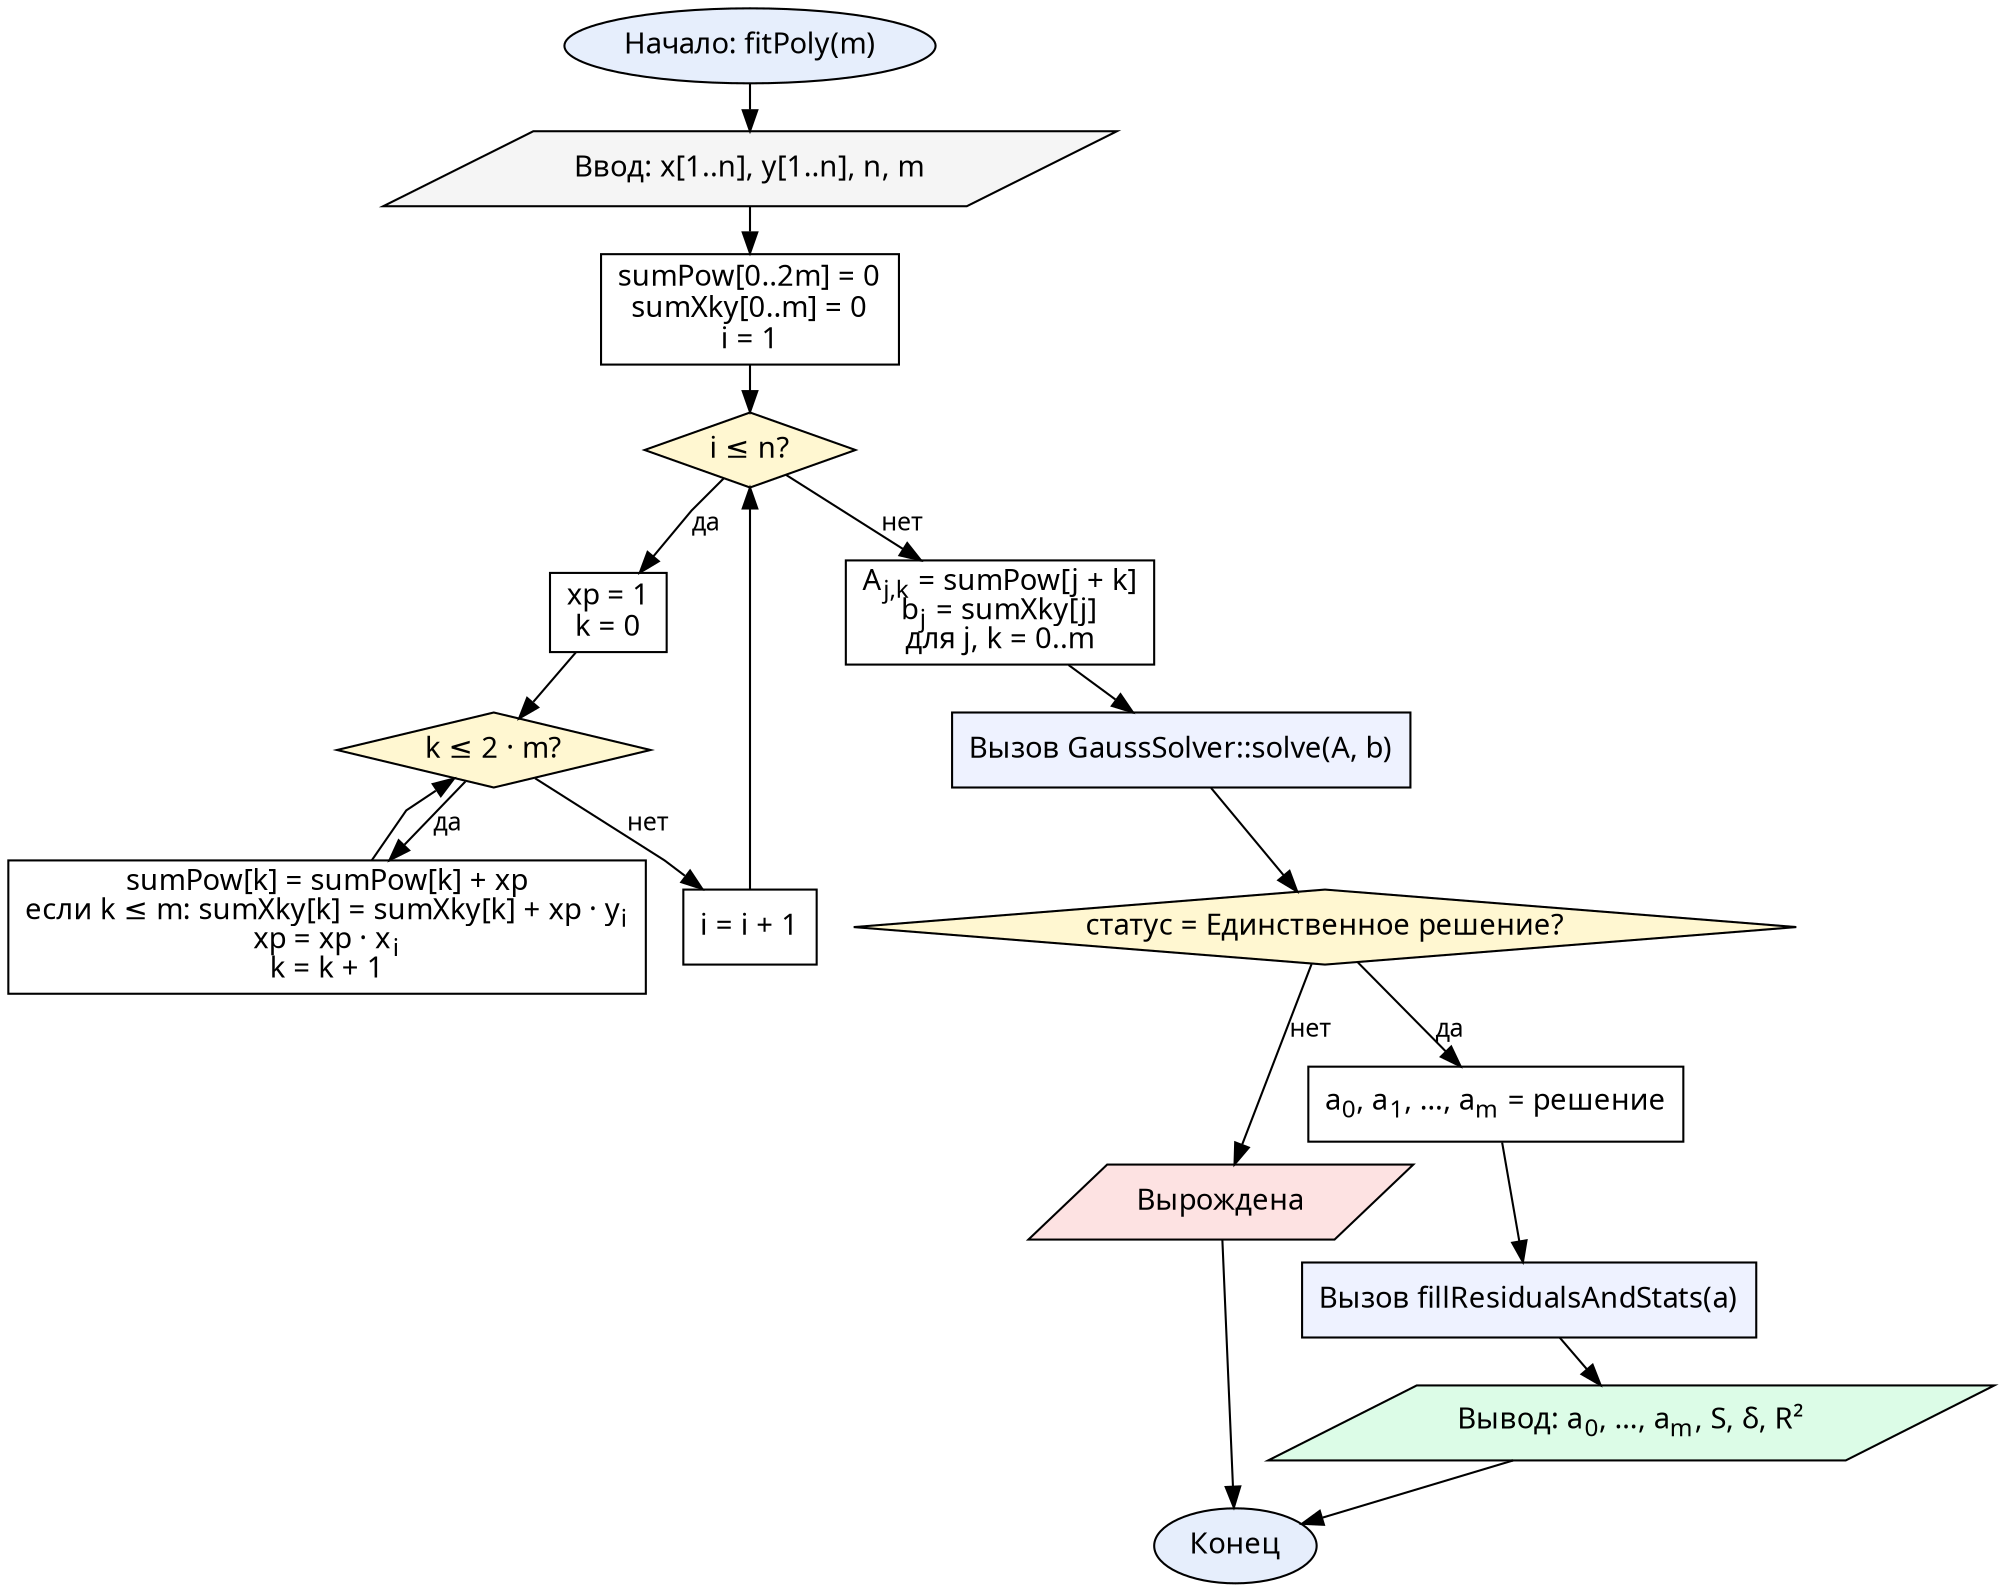
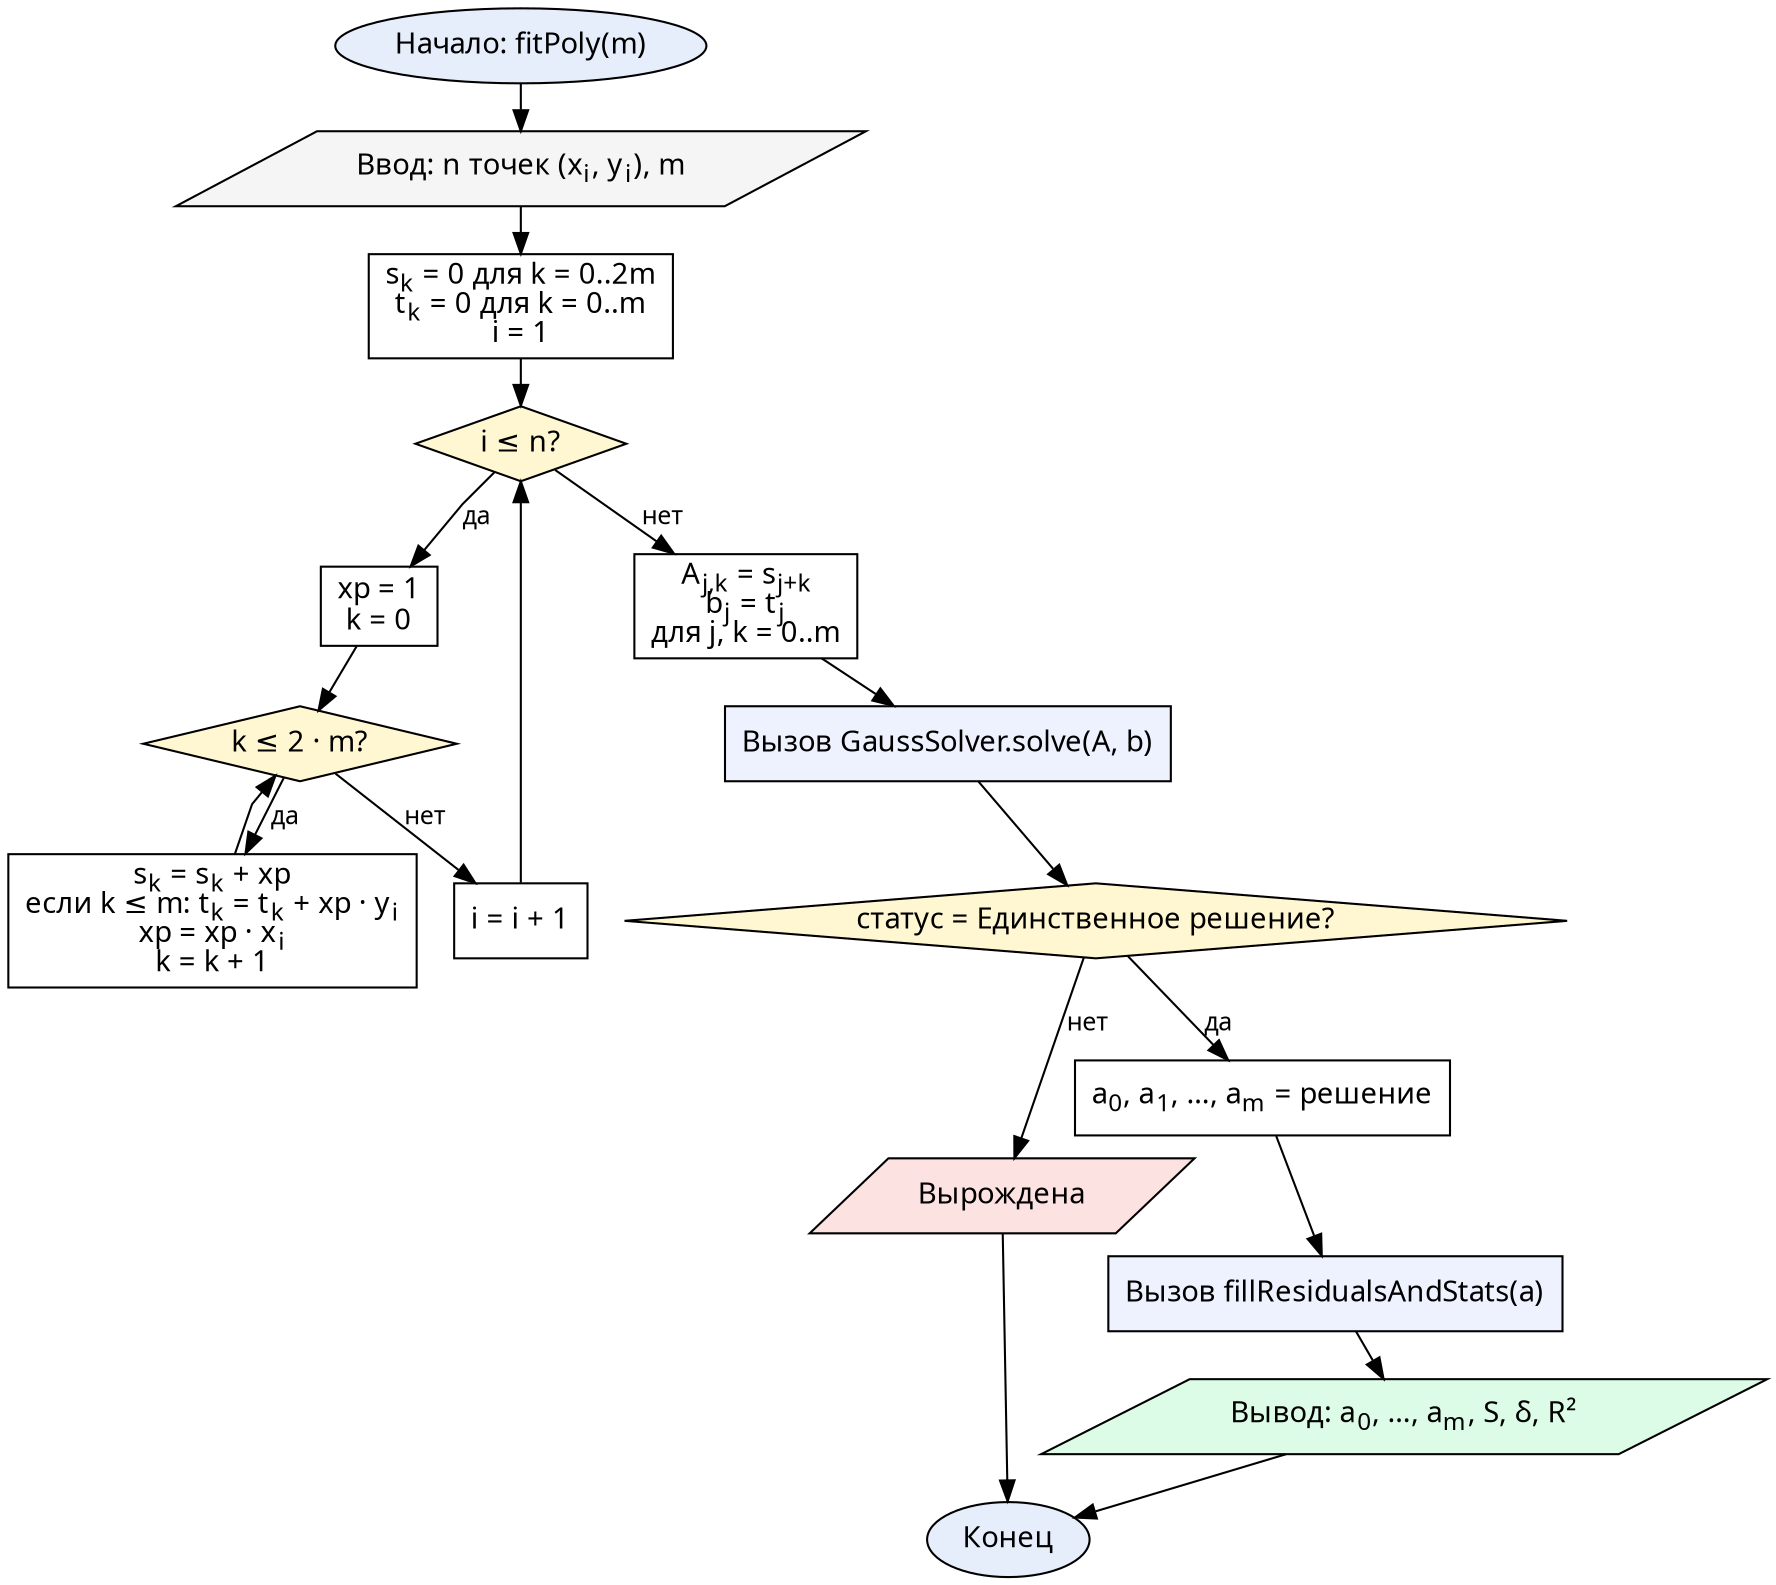
digraph LSPoly {
  graph [fontname="CMU Serif", rankdir=TB, nodesep=0.25, ranksep=0.3, splines=polyline]
  node  [fontname="CMU Serif", fontsize=14, style="filled", fillcolor="#ffffff", color="#000000"]
  edge  [fontname="CMU Serif", fontsize=12, color="#000000"]

  start  [label="Начало: fitPoly(m)", shape=oval, fillcolor="#e6eefc"]
-   input  [label="Ввод: x[1..n], y[1..n], n, m", shape=parallelogram, fillcolor="#f5f5f5"]
-   zero1  [label=<sumPow[0..2m] = 0<BR/>sumXky[0..m] = 0<BR/>i = 1>, shape=box]
+   input  [label=<Ввод: n точек (x<SUB>i</SUB>, y<SUB>i</SUB>), m>, shape=parallelogram, fillcolor="#f5f5f5"]
+   zero1  [label=<s<SUB>k</SUB> = 0 для k = 0..2m<BR/>t<SUB>k</SUB> = 0 для k = 0..m<BR/>i = 1>, shape=box]
  loop1  [label=<i ≤ n?>, shape=diamond, fillcolor="#fff7d1"]
  init2  [label=<xp = 1<BR/>k = 0>, shape=box]
  loop2  [label=<k ≤ 2 · m?>, shape=diamond, fillcolor="#fff7d1"]
-   acc    [label=<sumPow[k] = sumPow[k] + xp<BR/>если k ≤ m: sumXky[k] = sumXky[k] + xp · y<SUB>i</SUB><BR/>xp = xp · x<SUB>i</SUB><BR/>k = k + 1>, shape=box]
+   acc    [label=<s<SUB>k</SUB> = s<SUB>k</SUB> + xp<BR/>если k ≤ m: t<SUB>k</SUB> = t<SUB>k</SUB> + xp · y<SUB>i</SUB><BR/>xp = xp · x<SUB>i</SUB><BR/>k = k + 1>, shape=box]
  next1  [label=<i = i + 1>, shape=box]
-   build  [label=<A<SUB>j,k</SUB> = sumPow[j + k]<BR/>b<SUB>j</SUB> = sumXky[j]<BR/>для j, k = 0..m>, shape=box]
-   gauss  [label="Вызов GaussSolver::solve(A, b)", shape=box, fillcolor="#eef2ff"]
+   build  [label=<A<SUB>j,k</SUB> = s<SUB>j+k</SUB><BR/>b<SUB>j</SUB> = t<SUB>j</SUB><BR/>для j, k = 0..m>, shape=box]
+   gauss  [label="Вызов GaussSolver.solve(A, b)", shape=box, fillcolor="#eef2ff"]
  check  [label=<статус = Единственное решение?>, shape=diamond, fillcolor="#fff7d1"]
  degen  [label="Вырождена", shape=parallelogram, fillcolor="#fde2e2"]
  setc   [label=<a<SUB>0</SUB>, a<SUB>1</SUB>, …, a<SUB>m</SUB> = решение>, shape=box]
  stats  [label="Вызов fillResidualsAndStats(a)", shape=box, fillcolor="#eef2ff"]
  output [label=<Вывод: a<SUB>0</SUB>, …, a<SUB>m</SUB>, S, δ, R²>, shape=parallelogram, fillcolor="#dcfce7"]
  stop   [label="Конец", shape=oval, fillcolor="#e6eefc"]

  start -> input -> zero1 -> loop1
  loop1 -> init2 [label="да"]
  init2 -> loop2
  loop2 -> acc [label="да"]
  acc -> loop2
  loop2 -> next1 [label="нет"]
  next1 -> loop1
  loop1 -> build [label="нет"]
  build -> gauss -> check
  check -> degen [label="нет"]
  degen -> stop
  check -> setc [label="да"]
  setc -> stats -> output -> stop
}
